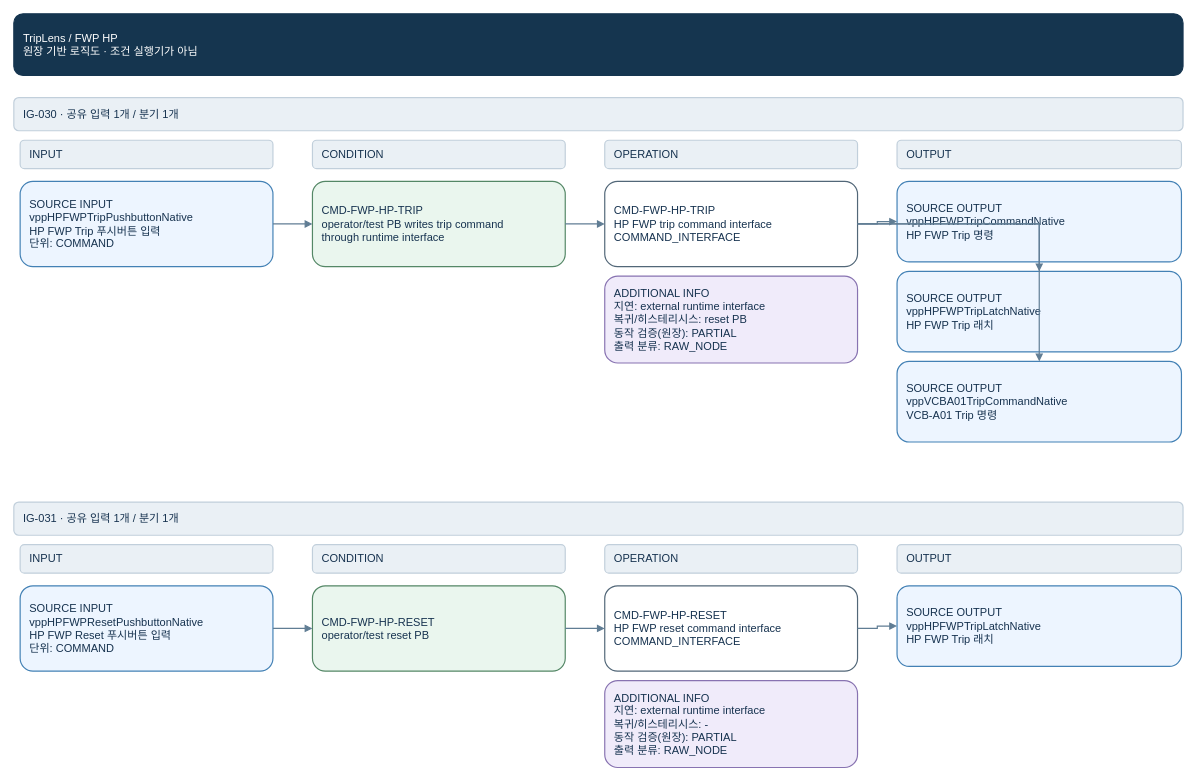
Above: page "FWP HP" (2 of 98) of logic_diagrams/TripLens_Logic_Master_Current_V8.drawio in khaku25/triplens-thermosyspro-cloud-runner (draw.io), before the change. Source tidied: cells renumbered, new cells numbered last; positions are measured from the earlier drawing's top-left corner, leaving out a move shared by most shapes. Both pictures are drawn from the tidied source at 79%, with x=0, y=0 at pixel (13, 13).
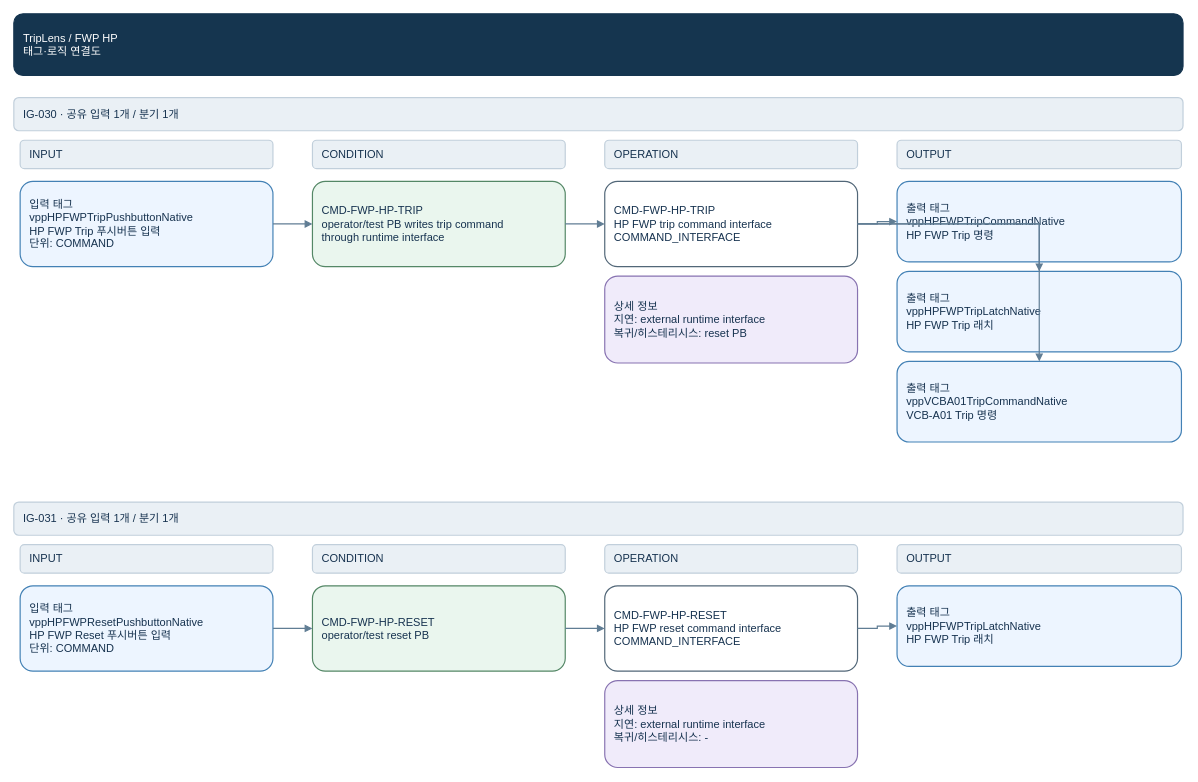
The same diagram, later.

Diff of the diagram source:
```diff
@@
-    <mxCell id="2" value="TripLens  /  FWP HP&#10;원장 기반 로직도 · 조건 실행기가 아님" style="rounded=1;whiteSpace=wrap;html=0;fontFamily=Arial;fontSize=14;align=left;verticalAlign=middle;spacing=12;fillColor=#15354f;strokeColor=#15354f;fontColor=#ffffff;strokeWidth=1.5;" parent="1" vertex="1">
+    <mxCell id="2" value="TripLens  /  FWP HP&#10;태그·로직 연결도" style="rounded=1;whiteSpace=wrap;html=0;fontFamily=Arial;fontSize=14;align=left;verticalAlign=middle;spacing=12;fillColor=#15354f;strokeColor=#15354f;fontColor=#ffffff;strokeWidth=1.5;" parent="1" vertex="1">
       <mxGeometry width="1480" height="78" as="geometry" />
     </mxCell>
@@
-    <mxCell id="8" value="SOURCE INPUT&#10;vppHPFWPTripPushbuttonNative&#10;HP FWP Trip 푸시버튼 입력&#10;단위: COMMAND" style="rounded=1;whiteSpace=wrap;html=0;fontFamily=Arial;fontSize=14;align=left;verticalAlign=middle;spacing=12;fillColor=#edf5ff;strokeColor=#4381b5;fontColor=#16324f;strokeWidth=1.5;" parent="1" vertex="1">
+    <mxCell id="8" value="입력 태그&#10;vppHPFWPTripPushbuttonNative&#10;HP FWP Trip 푸시버튼 입력&#10;단위: COMMAND" style="rounded=1;whiteSpace=wrap;html=0;fontFamily=Arial;fontSize=14;align=left;verticalAlign=middle;spacing=12;fillColor=#edf5ff;strokeColor=#4381b5;fontColor=#16324f;strokeWidth=1.5;" parent="1" vertex="1">
       <mxGeometry x="8" y="212" width="320" height="108" as="geometry" />
     </mxCell>
@@
-    <mxCell id="11" value="ADDITIONAL INFO&#10;지연: external runtime interface&#10;복귀/히스테리시스: reset PB&#10;동작 검증(원장): PARTIAL&#10;출력 분류: RAW_NODE" style="rounded=1;whiteSpace=wrap;html=0;fontFamily=Arial;fontSize=14;align=left;verticalAlign=middle;spacing=12;fillColor=#f0ebfa;strokeColor=#8873b1;fontColor=#16324f;strokeWidth=1.5;" parent="1" vertex="1">
+    <mxCell id="11" value="상세 정보&#10;지연: external runtime interface&#10;복귀/히스테리시스: reset PB" style="rounded=1;whiteSpace=wrap;html=0;fontFamily=Arial;fontSize=14;align=left;verticalAlign=middle;spacing=12;fillColor=#f0ebfa;strokeColor=#8873b1;fontColor=#16324f;strokeWidth=1.5;" parent="1" vertex="1">
       <mxGeometry x="748" y="332" width="320" height="110" as="geometry" />
     </mxCell>
@@
-    <mxCell id="14" value="SOURCE OUTPUT&#10;vppHPFWPTripCommandNative&#10;HP FWP Trip 명령" style="rounded=1;whiteSpace=wrap;html=0;fontFamily=Arial;fontSize=14;align=left;verticalAlign=middle;spacing=12;fillColor=#edf5ff;strokeColor=#4381b5;fontColor=#16324f;strokeWidth=1.5;" parent="1" vertex="1">
+    <mxCell id="14" value="출력 태그&#10;vppHPFWPTripCommandNative&#10;HP FWP Trip 명령" style="rounded=1;whiteSpace=wrap;html=0;fontFamily=Arial;fontSize=14;align=left;verticalAlign=middle;spacing=12;fillColor=#edf5ff;strokeColor=#4381b5;fontColor=#16324f;strokeWidth=1.5;" parent="1" vertex="1">
       <mxGeometry x="1118" y="212" width="360" height="102" as="geometry" />
     </mxCell>
@@
-    <mxCell id="16" value="SOURCE OUTPUT&#10;vppHPFWPTripLatchNative&#10;HP FWP Trip 래치" style="rounded=1;whiteSpace=wrap;html=0;fontFamily=Arial;fontSize=14;align=left;verticalAlign=middle;spacing=12;fillColor=#edf5ff;strokeColor=#4381b5;fontColor=#16324f;strokeWidth=1.5;" parent="1" vertex="1">
+    <mxCell id="16" value="출력 태그&#10;vppHPFWPTripLatchNative&#10;HP FWP Trip 래치" style="rounded=1;whiteSpace=wrap;html=0;fontFamily=Arial;fontSize=14;align=left;verticalAlign=middle;spacing=12;fillColor=#edf5ff;strokeColor=#4381b5;fontColor=#16324f;strokeWidth=1.5;" parent="1" vertex="1">
       <mxGeometry x="1118" y="326" width="360" height="102" as="geometry" />
     </mxCell>
@@
-    <mxCell id="18" value="SOURCE OUTPUT&#10;vppVCBA01TripCommandNative&#10;VCB-A01 Trip 명령" style="rounded=1;whiteSpace=wrap;html=0;fontFamily=Arial;fontSize=14;align=left;verticalAlign=middle;spacing=12;fillColor=#edf5ff;strokeColor=#4381b5;fontColor=#16324f;strokeWidth=1.5;" parent="1" vertex="1">
+    <mxCell id="18" value="출력 태그&#10;vppVCBA01TripCommandNative&#10;VCB-A01 Trip 명령" style="rounded=1;whiteSpace=wrap;html=0;fontFamily=Arial;fontSize=14;align=left;verticalAlign=middle;spacing=12;fillColor=#edf5ff;strokeColor=#4381b5;fontColor=#16324f;strokeWidth=1.5;" parent="1" vertex="1">
       <mxGeometry x="1118" y="440" width="360" height="102" as="geometry" />
     </mxCell>
@@
-    <mxCell id="25" value="SOURCE INPUT&#10;vppHPFWPResetPushbuttonNative&#10;HP FWP Reset 푸시버튼 입력&#10;단위: COMMAND" style="rounded=1;whiteSpace=wrap;html=0;fontFamily=Arial;fontSize=14;align=left;verticalAlign=middle;spacing=12;fillColor=#edf5ff;strokeColor=#4381b5;fontColor=#16324f;strokeWidth=1.5;" parent="1" vertex="1">
+    <mxCell id="25" value="입력 태그&#10;vppHPFWPResetPushbuttonNative&#10;HP FWP Reset 푸시버튼 입력&#10;단위: COMMAND" style="rounded=1;whiteSpace=wrap;html=0;fontFamily=Arial;fontSize=14;align=left;verticalAlign=middle;spacing=12;fillColor=#edf5ff;strokeColor=#4381b5;fontColor=#16324f;strokeWidth=1.5;" parent="1" vertex="1">
       <mxGeometry x="8" y="724" width="320" height="108" as="geometry" />
     </mxCell>
@@
-    <mxCell id="28" value="ADDITIONAL INFO&#10;지연: external runtime interface&#10;복귀/히스테리시스: -&#10;동작 검증(원장): PARTIAL&#10;출력 분류: RAW_NODE" style="rounded=1;whiteSpace=wrap;html=0;fontFamily=Arial;fontSize=14;align=left;verticalAlign=middle;spacing=12;fillColor=#f0ebfa;strokeColor=#8873b1;fontColor=#16324f;strokeWidth=1.5;" parent="1" vertex="1">
+    <mxCell id="28" value="상세 정보&#10;지연: external runtime interface&#10;복귀/히스테리시스: -" style="rounded=1;whiteSpace=wrap;html=0;fontFamily=Arial;fontSize=14;align=left;verticalAlign=middle;spacing=12;fillColor=#f0ebfa;strokeColor=#8873b1;fontColor=#16324f;strokeWidth=1.5;" parent="1" vertex="1">
       <mxGeometry x="748" y="844" width="320" height="110" as="geometry" />
     </mxCell>
@@
-    <mxCell id="31" value="SOURCE OUTPUT&#10;vppHPFWPTripLatchNative&#10;HP FWP Trip 래치" style="rounded=1;whiteSpace=wrap;html=0;fontFamily=Arial;fontSize=14;align=left;verticalAlign=middle;spacing=12;fillColor=#edf5ff;strokeColor=#4381b5;fontColor=#16324f;strokeWidth=1.5;" parent="1" vertex="1">
+    <mxCell id="31" value="출력 태그&#10;vppHPFWPTripLatchNative&#10;HP FWP Trip 래치" style="rounded=1;whiteSpace=wrap;html=0;fontFamily=Arial;fontSize=14;align=left;verticalAlign=middle;spacing=12;fillColor=#edf5ff;strokeColor=#4381b5;fontColor=#16324f;strokeWidth=1.5;" parent="1" vertex="1">
       <mxGeometry x="1118" y="724" width="360" height="102" as="geometry" />
     </mxCell>
```
